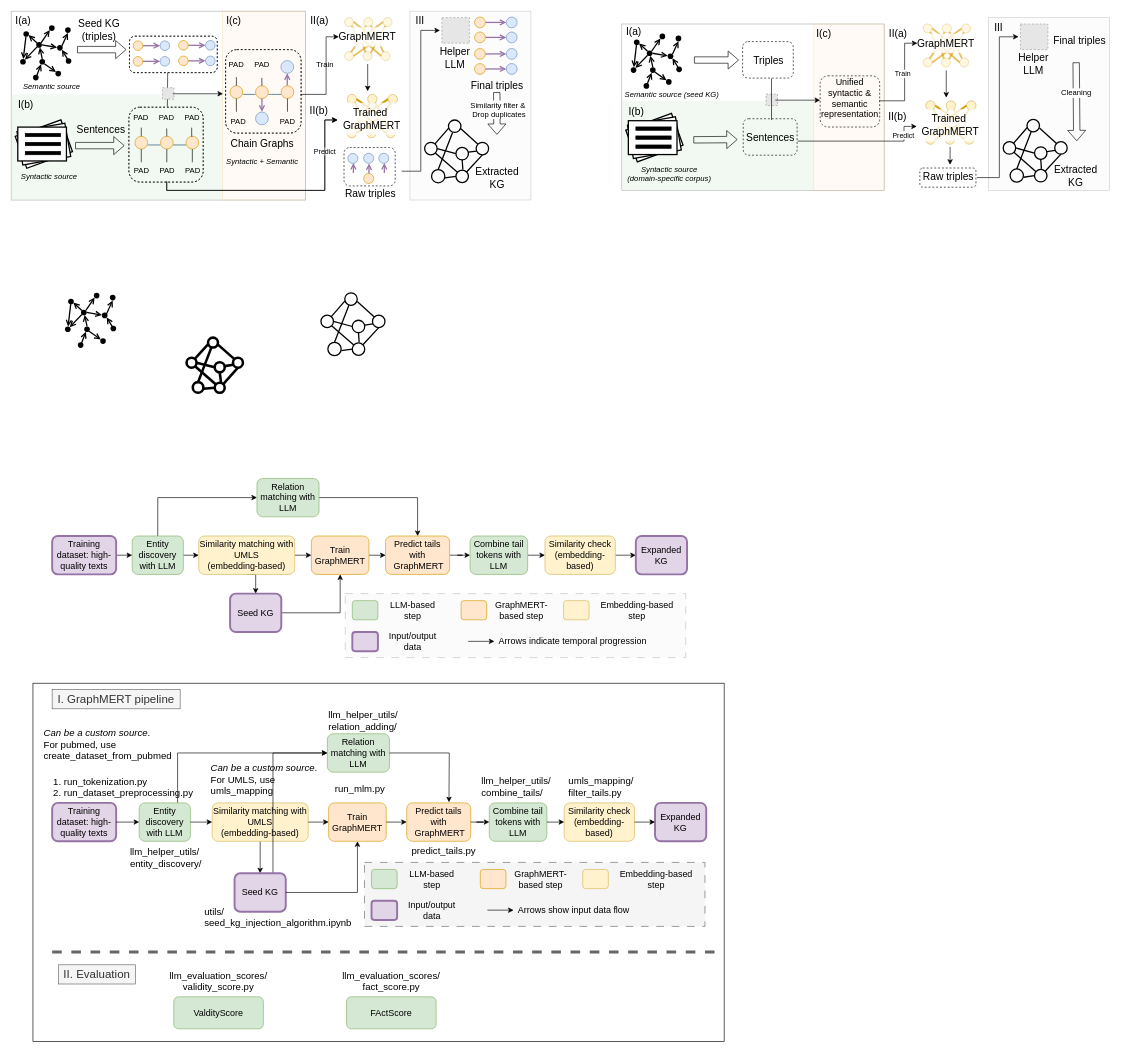
Before: page "methodology" (4 of 6) of presentations/pipeline.drawio in across-stars/draw.io, a draw.io diagram. Source tidied: cells renumbered, new cells numbered last; positions are measured from the earlier drawing's top-left corner, leaving out a move shared by most shapes. Both pictures are drawn from the tidied source at 64%, with x=0, y=0 at pixel (11, 11). Pictures stored in the file or linked from it are replaced by grey dashed boxes.
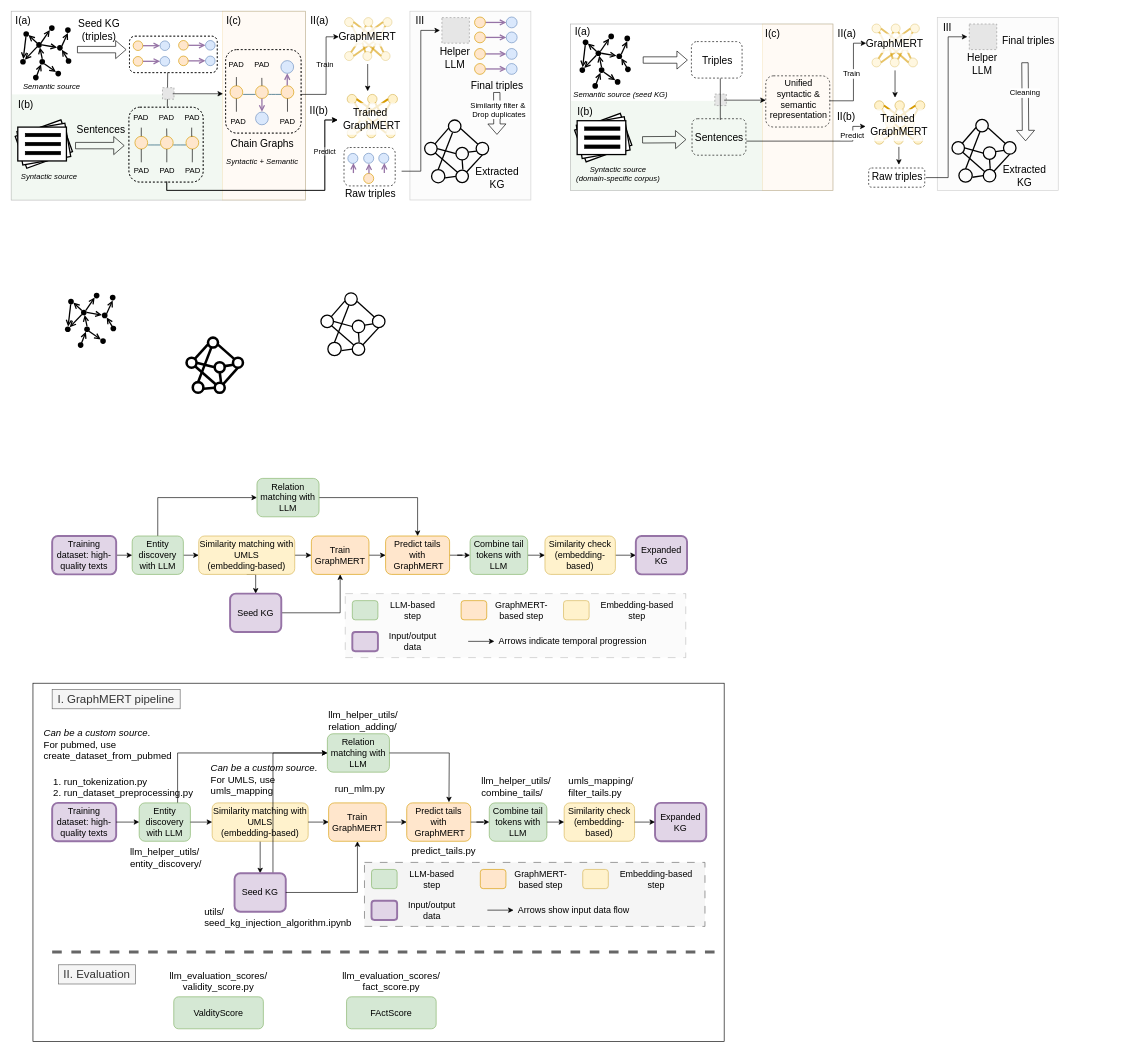
The same page after the edit.

Change to the diagram source:
```diff
@@
     <mxCell id="67" style="rounded=0;whiteSpace=wrap;html=1;fontFamily=Helvetica;fontSize=11;fontColor=default;labelBackgroundColor=default;fillColor=none;opacity=30;" parent="1" vertex="1">
-      <mxGeometry x="954" y="20" width="410" height="260" as="geometry" />
+      <mxGeometry x="874" y="20" width="410" height="260" as="geometry" />
     </mxCell>
     <mxCell id="68" style="rounded=0;whiteSpace=wrap;html=1;fontFamily=Helvetica;fontSize=11;fontColor=#333333;labelBackgroundColor=default;fillColor=#f5f5f5;opacity=30;strokeColor=#666666;" parent="1" vertex="1">
-      <mxGeometry x="1527" y="10" width="189" height="270" as="geometry" />
+      <mxGeometry x="1447" y="10" width="189" height="270" as="geometry" />
     </mxCell>
     <mxCell id="69" style="rounded=0;whiteSpace=wrap;html=1;fontFamily=Helvetica;fontSize=11;labelBackgroundColor=default;fillColor=#d5e8d4;strokeColor=none;opacity=30;" parent="1" vertex="1">
-      <mxGeometry x="954" y="140" width="300" height="140" as="geometry" />
+      <mxGeometry x="874" y="140" width="300" height="140" as="geometry" />
     </mxCell>
     <mxCell id="70" style="rounded=0;whiteSpace=wrap;html=1;fontFamily=Helvetica;fontSize=11;labelBackgroundColor=default;fillColor=#ffe6cc;strokeColor=#d79b00;opacity=20;" parent="1" vertex="1">
-      <mxGeometry x="1254" y="20" width="110" height="260" as="geometry" />
+      <mxGeometry x="1174" y="20" width="110" height="260" as="geometry" />
     </mxCell>
     <mxCell id="71" style="rounded=1;whiteSpace=wrap;html=1;fillColor=none;dashed=1;" parent="1" vertex="1">
-      <mxGeometry x="1264" y="101" width="93" height="80" as="geometry" />
+      <mxGeometry x="1179" y="101" width="100" height="80" as="geometry" />
     </mxCell>
     <mxCell id="72" style="rounded=1;whiteSpace=wrap;html=1;fillColor=none;dashed=1;" parent="1" vertex="1">
-      <mxGeometry x="1419.8" y="245" width="87.6" height="30" as="geometry" />
+      <mxGeometry x="1339.8" y="245" width="87.6" height="30" as="geometry" />
     </mxCell>
     <mxCell id="73" style="ellipse;whiteSpace=wrap;html=1;fontFamily=Helvetica;fontSize=11;labelBackgroundColor=default;fillColor=#fff2cc;strokeColor=#d6b656;" parent="1" vertex="1">
-      <mxGeometry x="1429" y="193.1" width="14.7" height="14.7" as="geometry" />
+      <mxGeometry x="1349" y="193.1" width="14.7" height="14.7" as="geometry" />
     </mxCell>
     <mxCell id="74" style="ellipse;whiteSpace=wrap;html=1;fontFamily=Helvetica;fontSize=11;labelBackgroundColor=default;fillColor=#fff2cc;strokeColor=#d6b656;" parent="1" vertex="1">
-      <mxGeometry x="1459.3" y="193.1" width="14.7" height="14.7" as="geometry" />
+      <mxGeometry x="1379.3" y="193.1" width="14.7" height="14.7" as="geometry" />
     </mxCell>
     <mxCell id="75" style="ellipse;whiteSpace=wrap;html=1;fontFamily=Helvetica;fontSize=11;labelBackgroundColor=default;fillColor=#fff2cc;strokeColor=#d6b656;" parent="1" vertex="1">
-      <mxGeometry x="1489.6" y="193.1" width="14.7" height="14.7" as="geometry" />
+      <mxGeometry x="1409.6" y="193.1" width="14.7" height="14.7" as="geometry" />
     </mxCell>
     <mxCell id="76" style="group;flipV=1;" parent="1" vertex="1">
-      <mxGeometry x="1446" y="167.5" width="51" height="16.9" as="geometry" />
+      <mxGeometry x="1366" y="167.5" width="51" height="16.9" as="geometry" />
     </mxCell>
@@
     <mxCell id="79" style="ellipse;whiteSpace=wrap;html=1;fontFamily=Helvetica;fontSize=11;labelBackgroundColor=default;fillColor=#fff2cc;strokeColor=#d6b656;" parent="1" vertex="1">
-      <mxGeometry x="1429" y="140" width="14.7" height="14.7" as="geometry" />
+      <mxGeometry x="1349" y="140" width="14.7" height="14.7" as="geometry" />
     </mxCell>
     <mxCell id="80" style="ellipse;whiteSpace=wrap;html=1;fontFamily=Helvetica;fontSize=11;labelBackgroundColor=default;fillColor=#fff2cc;strokeColor=#d6b656;" parent="1" vertex="1">
-      <mxGeometry x="1460.9" y="140" width="14.7" height="14.7" as="geometry" />
+      <mxGeometry x="1380.9" y="140" width="14.7" height="14.7" as="geometry" />
     </mxCell>
     <mxCell id="81" style="ellipse;whiteSpace=wrap;html=1;fontFamily=Helvetica;fontSize=11;labelBackgroundColor=default;fillColor=#fff2cc;strokeColor=#d6b656;" parent="1" vertex="1">
-      <mxGeometry x="1492.8" y="140" width="14.7" height="14.7" as="geometry" />
+      <mxGeometry x="1412.8" y="140" width="14.7" height="14.7" as="geometry" />
     </mxCell>
@@
     <mxCell id="94" style="group;opacity=60;" parent="1" vertex="1">
-      <mxGeometry x="1425" y="20" width="80" height="70" as="geometry" />
+      <mxGeometry x="1345" y="20" width="80" height="70" as="geometry" />
     </mxCell>
@@
     <mxCell id="118" style="fillColor=#E6E6E6;strokeColor=#999999;dashed=1;verticalLabelPosition=bottom;labelBackgroundColor=default;verticalAlign=top;" parent="1" vertex="1">
-      <mxGeometry x="1577" y="20" width="42.9" height="40" as="geometry" />
+      <mxGeometry x="1497" y="20" width="42.9" height="40" as="geometry" />
     </mxCell>
     <mxCell id="119" style="group;" parent="1" vertex="1">
-      <mxGeometry x="968" y="35" width="133.5" height="138" as="geometry" />
+      <mxGeometry x="888" y="35" width="133.5" height="138" as="geometry" />
     </mxCell>
@@
     <mxCell id="141" value="&lt;font style=&quot;font-size: 16px;&quot;&gt;GraphMERT&lt;/font&gt;" style="text;html=1;align=center;verticalAlign=middle;strokeColor=none;fillColor=default;fontFamily=Helvetica;fontSize=11;fontColor=default;labelBackgroundColor=none;opacity=80;" parent="1" vertex="1">
-      <mxGeometry x="1404.6" y="35.1" width="110" height="30" as="geometry" />
+      <mxGeometry x="1324.6" y="35.1" width="110" height="30" as="geometry" />
     </mxCell>
     <mxCell id="142" value="&lt;div&gt;&lt;font style=&quot;font-size: 16px;&quot;&gt;Trained&amp;nbsp;&lt;/font&gt;&lt;/div&gt;&lt;div&gt;&lt;font size=&quot;3&quot;&gt;GraphMERT&lt;/font&gt;&lt;/div&gt;" style="text;html=1;align=center;verticalAlign=middle;strokeColor=none;fillColor=default;fontFamily=Helvetica;fontSize=11;fontColor=default;labelBackgroundColor=none;opacity=80;" parent="1" vertex="1">
-      <mxGeometry x="1411.6" y="153.1" width="110" height="50" as="geometry" />
+      <mxGeometry x="1331.6" y="153.1" width="110" height="50" as="geometry" />
     </mxCell>
     <mxCell id="143" value="&lt;font style=&quot;font-size: 12px;&quot;&gt;&lt;i&gt;Syntactic source&lt;/i&gt;&lt;/font&gt;&lt;div&gt;&lt;font style=&quot;font-size: 12px;&quot;&gt;&lt;i&gt;(domain-specific corpus)&lt;/i&gt;&lt;/font&gt;&lt;/div&gt;" style="text;html=1;align=center;verticalAlign=middle;strokeColor=none;fillColor=none;fontFamily=Helvetica;fontSize=11;fontColor=default;labelBackgroundColor=none;" parent="1" vertex="1">
-      <mxGeometry x="953" y="234.1" width="150" height="40" as="geometry" />
+      <mxGeometry x="873" y="234.1" width="150" height="40" as="geometry" />
     </mxCell>
     <mxCell id="144" style="fillColor=#E6E6E6;strokeColor=#999999;dashed=1;html=1;verticalAlign=top;verticalLabelPosition=bottom;labelBackgroundColor=none;fontFamily=Helvetica;fontSize=11;fontColor=default;" parent="1" vertex="1">
-      <mxGeometry x="1179.4" y="129.5" width="18" height="18" as="geometry" />
+      <mxGeometry x="1099.4" y="129.5" width="18" height="18" as="geometry" />
     </mxCell>
     <mxCell id="145" style="group;" parent="1" vertex="1">
-      <mxGeometry x="1550" y="169" width="100" height="100" as="geometry" />
+      <mxGeometry x="1470" y="169" width="100" height="100" as="geometry" />
     </mxCell>
@@
     <mxCell id="161" style="endArrow=classic;html=1;rounded=0;" parent="1" edge="1">
       <mxGeometry relative="1" as="geometry">
-        <mxPoint x="1395" y="180" as="sourcePoint" />
-        <mxPoint x="1415" y="180" as="targetPoint" />
+        <mxPoint x="1315" y="180" as="sourcePoint" />
+        <mxPoint x="1335" y="180" as="targetPoint" />
         <Array as="points">
-          <mxPoint x="1405" y="180" />
+          <mxPoint x="1325" y="180" />
         </Array>
       </mxGeometry>
     </mxCell>
     <mxCell id="162" style="shape=flexArrow;endArrow=classic;html=1;rounded=0;endWidth=17.24137931034483;endSize=5.103448275862069;" parent="1" edge="1">
       <mxGeometry relative="1" as="geometry">
-        <mxPoint x="1067" y="76.3" as="sourcePoint" />
-        <mxPoint x="1137" y="76.3" as="targetPoint" />
+        <mxPoint x="987" y="76.3" as="sourcePoint" />
+        <mxPoint x="1057" y="76.3" as="targetPoint" />
       </mxGeometry>
     </mxCell>
     <mxCell id="163" style="shape=flexArrow;endArrow=classic;html=1;rounded=0;endWidth=17.24137931034483;endSize=5.103448275862069;entryX=-0.012;entryY=0.571;entryDx=0;entryDy=0;entryPerimeter=0;" parent="1" edge="1">
       <mxGeometry relative="1" as="geometry">
-        <mxPoint x="1066" y="201" as="sourcePoint" />
-        <mxPoint x="1134.8" y="200.5" as="targetPoint" />
+        <mxPoint x="986" y="201" as="sourcePoint" />
+        <mxPoint x="1054.8" y="200.5" as="targetPoint" />
       </mxGeometry>
     </mxCell>
     <mxCell id="164" style="endArrow=classic;html=1;rounded=0;" parent="1" edge="1">
       <mxGeometry relative="1" as="geometry">
-        <mxPoint x="1461" y="92.5" as="sourcePoint" />
-        <mxPoint x="1461" y="135" as="targetPoint" />
+        <mxPoint x="1381" y="92.5" as="sourcePoint" />
+        <mxPoint x="1381" y="135" as="targetPoint" />
       </mxGeometry>
     </mxCell>
     <mxCell id="165" value="&lt;div&gt;&lt;font style=&quot;font-size: 16px;&quot;&gt;Helper&lt;/font&gt;&lt;/div&gt;&lt;font style=&quot;font-size: 16px;&quot;&gt;LLM&lt;/font&gt;" style="text;html=1;align=center;verticalAlign=middle;strokeColor=none;fillColor=none;fontFamily=Helvetica;fontSize=11;fontColor=default;labelBackgroundColor=none;" parent="1" vertex="1">
-      <mxGeometry x="1562" y="58" width="70" height="50" as="geometry" />
+      <mxGeometry x="1482" y="58" width="70" height="50" as="geometry" />
     </mxCell>
     <mxCell id="166" value="&lt;font style=&quot;font-size: 16px;&quot;&gt;Final triples&lt;/font&gt;" style="text;html=1;align=center;verticalAlign=middle;strokeColor=none;fillColor=none;fontFamily=Helvetica;fontSize=11;fontColor=default;labelBackgroundColor=none;opacity=80;" parent="1" vertex="1">
-      <mxGeometry x="1614" y="30" width="110" height="30" as="geometry" />
+      <mxGeometry x="1534" y="30" width="110" height="30" as="geometry" />
     </mxCell>
     <mxCell id="167" style="shape=flexArrow;endArrow=classic;html=1;rounded=0;endWidth=17.24137931034483;endSize=5.103448275862069;" parent="1" edge="1">
       <mxGeometry relative="1" as="geometry">
-        <mxPoint x="1664" y="80" as="sourcePoint" />
-        <mxPoint x="1665" y="203" as="targetPoint" />
+        <mxPoint x="1584" y="80" as="sourcePoint" />
+        <mxPoint x="1585" y="203" as="targetPoint" />
       </mxGeometry>
     </mxCell>
@@
     <mxCell id="169" value="II(a)" style="text;html=1;align=center;verticalAlign=middle;whiteSpace=wrap;rounded=0;fontSize=16;" parent="1" vertex="1">
-      <mxGeometry x="1371" y="20" width="30" height="30" as="geometry" />
+      <mxGeometry x="1291" y="20" width="30" height="30" as="geometry" />
     </mxCell>
     <mxCell id="170" value="III" style="text;html=1;align=center;verticalAlign=middle;whiteSpace=wrap;rounded=0;fontSize=16;" parent="1" vertex="1">
-      <mxGeometry x="1528" y="10" width="30" height="30" as="geometry" />
+      <mxGeometry x="1448" y="10" width="30" height="30" as="geometry" />
     </mxCell>
     <mxCell id="171" value="II(b)" style="text;html=1;align=center;verticalAlign=middle;whiteSpace=wrap;rounded=0;fontSize=16;" parent="1" vertex="1">
-      <mxGeometry x="1370" y="150" width="30" height="30" as="geometry" />
+      <mxGeometry x="1290" y="150" width="30" height="30" as="geometry" />
     </mxCell>
     <mxCell id="172" value="&lt;font style=&quot;font-size: 16px;&quot;&gt;Extracted&lt;/font&gt;&lt;div&gt;&lt;font style=&quot;font-size: 16px;&quot;&gt;KG&lt;/font&gt;&lt;/div&gt;" style="text;html=1;align=center;verticalAlign=middle;strokeColor=none;fillColor=none;fontFamily=Helvetica;fontSize=11;fontColor=default;labelBackgroundColor=none;opacity=80;" parent="1" vertex="1">
-      <mxGeometry x="1618" y="232" width="90" height="50" as="geometry" />
+      <mxGeometry x="1538" y="232" width="90" height="50" as="geometry" />
     </mxCell>
     <mxCell id="173" style="group;" parent="1" vertex="1">
-      <mxGeometry x="960" y="160" width="90" height="75.1" as="geometry" />
+      <mxGeometry x="880" y="160" width="90" height="75.1" as="geometry" />
     </mxCell>
@@
     <mxCell id="180" value="&lt;font style=&quot;font-size: 16px;&quot;&gt;Raw triples&lt;/font&gt;" style="text;html=1;align=center;verticalAlign=middle;strokeColor=none;fillColor=none;fontFamily=Helvetica;fontSize=11;fontColor=default;labelBackgroundColor=none;opacity=80;" parent="1" vertex="1">
-      <mxGeometry x="1413.5" y="244" width="100" height="30" as="geometry" />
+      <mxGeometry x="1333.5" y="244" width="100" height="30" as="geometry" />
     </mxCell>
     <mxCell id="181" style="edgeStyle=orthogonalEdgeStyle;rounded=0;orthogonalLoop=1;jettySize=auto;html=1;" parent="1" edge="1">
       <mxGeometry relative="1" as="geometry">
-        <mxPoint x="1467" y="212" as="sourcePoint" />
-        <mxPoint x="1467" y="240" as="targetPoint" />
+        <mxPoint x="1387" y="212" as="sourcePoint" />
+        <mxPoint x="1387" y="240" as="targetPoint" />
       </mxGeometry>
     </mxCell>
     <mxCell id="182" style="endArrow=none;html=1;rounded=0;edgeStyle=elbowEdgeStyle;elbow=vertical;endFill=0;" parent="1" edge="1">
       <mxGeometry relative="1" as="geometry">
-        <mxPoint x="1228.5" y="203" as="sourcePoint" />
-        <mxPoint x="1395" y="180" as="targetPoint" />
+        <mxPoint x="1148.5" y="203" as="sourcePoint" />
+        <mxPoint x="1315" y="180" as="targetPoint" />
         <Array as="points">
-          <mxPoint x="1394.5" y="203" />
+          <mxPoint x="1314.5" y="203" />
         </Array>
       </mxGeometry>
     </mxCell>
-    <mxCell id="183" value="Predict" style="edgeLabel;html=1;align=center;verticalAlign=middle;" parent="182" vertex="1">
+    <mxCell id="183" value="Predict" style="edgeLabel;html=1;align=center;verticalAlign=middle;fontSize=12;" parent="182" vertex="1">
       <mxGeometry x="0.74" y="1" relative="1" as="geometry">
         <mxPoint y="-9" as="offset" />
       </mxGeometry>
     </mxCell>
@@
     <mxCell id="377" style="rounded=1;whiteSpace=wrap;html=1;fillColor=none;dashed=1;" parent="184" vertex="1">
-      <mxGeometry x="1143.8" y="168" width="84.2" height="57" as="geometry" />
+      <mxGeometry x="1063.8" y="168" width="84.2" height="57" as="geometry" />
     </mxCell>
     <mxCell id="378" style="rounded=1;whiteSpace=wrap;html=1;fillColor=none;dashed=1;" parent="184" vertex="1">
-      <mxGeometry x="1142.8" y="47.5" width="79.2" height="57" as="geometry" />
+      <mxGeometry x="1062.8" y="47.5" width="79.2" height="57" as="geometry" />
     </mxCell>
@@
     <mxCell id="417" style="endArrow=classic;html=1;rounded=0;strokeColor=#000000;strokeWidth=1;align=center;verticalAlign=middle;fontFamily=Helvetica;fontSize=11;fontColor=default;labelBackgroundColor=default;fillColor=#e1d5e7;" parent="379" edge="1">
       <mxGeometry relative="1" as="geometry">
-        <mxPoint x="1194" y="139" as="sourcePoint" />
-        <mxPoint x="1264" y="139" as="targetPoint" />
+        <mxPoint x="1114" y="139" as="sourcePoint" />
+        <mxPoint x="1179" y="139" as="targetPoint" />
       </mxGeometry>
     </mxCell>
     <mxCell id="418" style="endArrow=classic;html=1;rounded=0;edgeStyle=elbowEdgeStyle;labelBackgroundColor=none;" parent="379" edge="1">
       <mxGeometry relative="1" as="geometry">
-        <mxPoint x="1356" y="140" as="sourcePoint" />
-        <mxPoint x="1416" y="50" as="targetPoint" />
+        <mxPoint x="1279" y="140" as="sourcePoint" />
+        <mxPoint x="1336" y="50" as="targetPoint" />
         <Array as="points">
-          <mxPoint x="1396" y="80" />
+          <mxPoint x="1316" y="80" />
         </Array>
       </mxGeometry>
     </mxCell>
     <mxCell id="419" style="endArrow=classic;html=1;rounded=0;edgeStyle=orthogonalEdgeStyle;" parent="379" edge="1">
       <mxGeometry relative="1" as="geometry">
-        <mxPoint x="1509" y="260" as="sourcePoint" />
-        <mxPoint x="1574" y="40" as="targetPoint" />
+        <mxPoint x="1429" y="260" as="sourcePoint" />
+        <mxPoint x="1494" y="40" as="targetPoint" />
         <Array as="points">
-          <mxPoint x="1544" y="260" />
-          <mxPoint x="1544" y="40" />
+          <mxPoint x="1464" y="260" />
+          <mxPoint x="1464" y="40" />
         </Array>
       </mxGeometry>
     </mxCell>
     <mxCell id="420" style="edgeStyle=orthogonalEdgeStyle;rounded=0;orthogonalLoop=1;jettySize=auto;html=1;endArrow=none;endFill=0;" parent="379" edge="1">
       <mxGeometry relative="1" as="geometry">
-        <mxPoint x="1188" y="105" as="sourcePoint" />
-        <mxPoint x="1188" y="170" as="targetPoint" />
+        <mxPoint x="1108" y="105" as="sourcePoint" />
+        <mxPoint x="1108" y="170" as="targetPoint" />
       </mxGeometry>
     </mxCell>
@@
     <mxCell id="476" value="&lt;font style=&quot;font-size: 16px;&quot;&gt;Sentences&lt;/font&gt;" style="text;html=1;align=center;verticalAlign=middle;strokeColor=none;fillColor=none;fontFamily=Helvetica;fontSize=11;fontColor=default;labelBackgroundColor=none;" parent="421" vertex="1">
-      <mxGeometry x="1136.4" y="183" width="100" height="30" as="geometry" />
+      <mxGeometry x="1056.4" y="183" width="100" height="30" as="geometry" />
     </mxCell>
     <mxCell id="477" value="&lt;span style=&quot;font-size: 16px;&quot;&gt;Triples&lt;/span&gt;" style="text;html=1;align=center;verticalAlign=middle;strokeColor=none;fillColor=none;fontFamily=Helvetica;fontSize=11;fontColor=default;labelBackgroundColor=none;" parent="421" vertex="1">
-      <mxGeometry x="1148.4" y="62" width="70" height="30" as="geometry" />
+      <mxGeometry x="1068.4" y="62" width="70" height="30" as="geometry" />
     </mxCell>
-    <mxCell id="478" value="Train" style="edgeLabel;html=1;align=center;verticalAlign=middle;" parent="421" vertex="1">
-      <mxGeometry x="1404" y="140" as="geometry">
+    <mxCell id="478" value="&lt;font style=&quot;font-size: 12px;&quot;&gt;Train&lt;/font&gt;" style="edgeLabel;html=1;align=center;verticalAlign=middle;" parent="421" vertex="1">
+      <mxGeometry x="1324" y="140" as="geometry">
         <mxPoint x="-12" y="-43" as="offset" />
       </mxGeometry>
     </mxCell>
     <mxCell id="479" value="&lt;div&gt;&lt;font style=&quot;font-size: 14px;&quot;&gt;Unified&lt;/font&gt;&lt;/div&gt;&lt;font style=&quot;font-size: 14px;&quot;&gt;syntactic &amp;amp;&lt;/font&gt;&lt;div&gt;&lt;div&gt;&lt;font style=&quot;font-size: 14px;&quot;&gt;semantic&lt;/font&gt;&lt;/div&gt;&lt;/div&gt;&lt;div&gt;&lt;font style=&quot;font-size: 14px;&quot;&gt;representation&lt;/font&gt;&lt;/div&gt;" style="text;html=1;align=center;verticalAlign=middle;strokeColor=none;fillColor=none;fontFamily=Helvetica;fontSize=11;fontColor=default;labelBackgroundColor=none;" parent="421" vertex="1">
-      <mxGeometry x="1255" y="95.5" width="110" height="80" as="geometry" />
+      <mxGeometry x="1175" y="96.5" width="110" height="80" as="geometry" />
     </mxCell>
     <mxCell id="480" value="I(b)" style="text;html=1;align=center;verticalAlign=middle;whiteSpace=wrap;rounded=0;fontSize=16;" parent="421" vertex="1">
-      <mxGeometry x="962" y="141" width="30" height="30" as="geometry" />
+      <mxGeometry x="882" y="141" width="30" height="30" as="geometry" />
     </mxCell>
     <mxCell id="481" value="I(a)" style="text;html=1;align=center;verticalAlign=middle;whiteSpace=wrap;rounded=0;fontSize=16;" parent="421" vertex="1">
-      <mxGeometry x="958" y="17" width="30" height="30" as="geometry" />
+      <mxGeometry x="878" y="17" width="30" height="30" as="geometry" />
     </mxCell>
     <mxCell id="482" value="I(c)" style="text;html=1;align=center;verticalAlign=middle;whiteSpace=wrap;rounded=0;fontSize=16;" parent="421" vertex="1">
-      <mxGeometry x="1255" y="20" width="30" height="30" as="geometry" />
+      <mxGeometry x="1175" y="20" width="30" height="30" as="geometry" />
     </mxCell>
```
